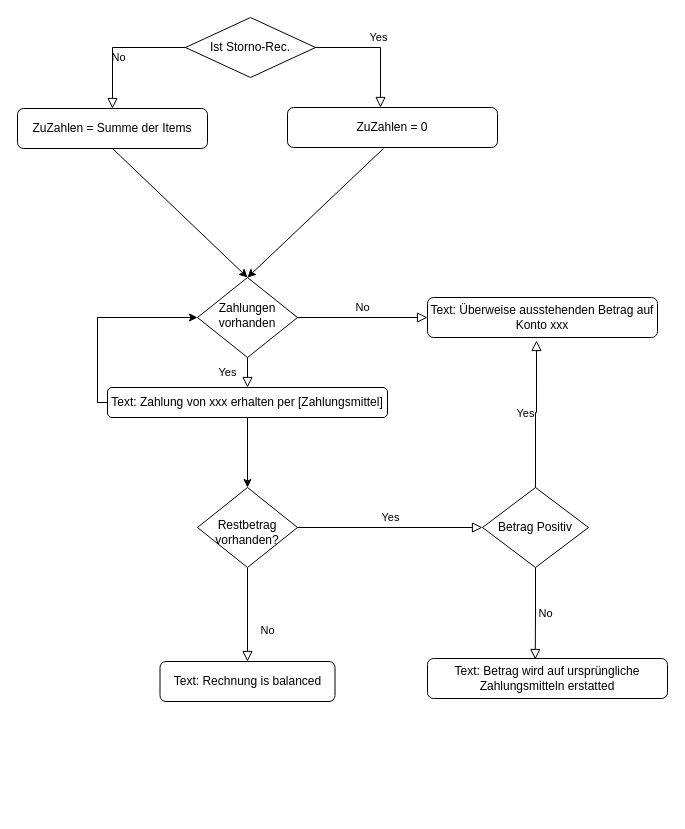
The draw.io diagram Conreg-anzeige von Zahlungen auf Rechnung.drawio in pgunold-evc/draw-io, before the edit. Source tidied: cells renumbered, new cells numbered last; positions are measured from the earlier drawing's top-left corner, leaving out a move shared by most shapes. Both pictures are drawn from the tidied source at 100%, with x=0, y=0 at pixel (17, 17).
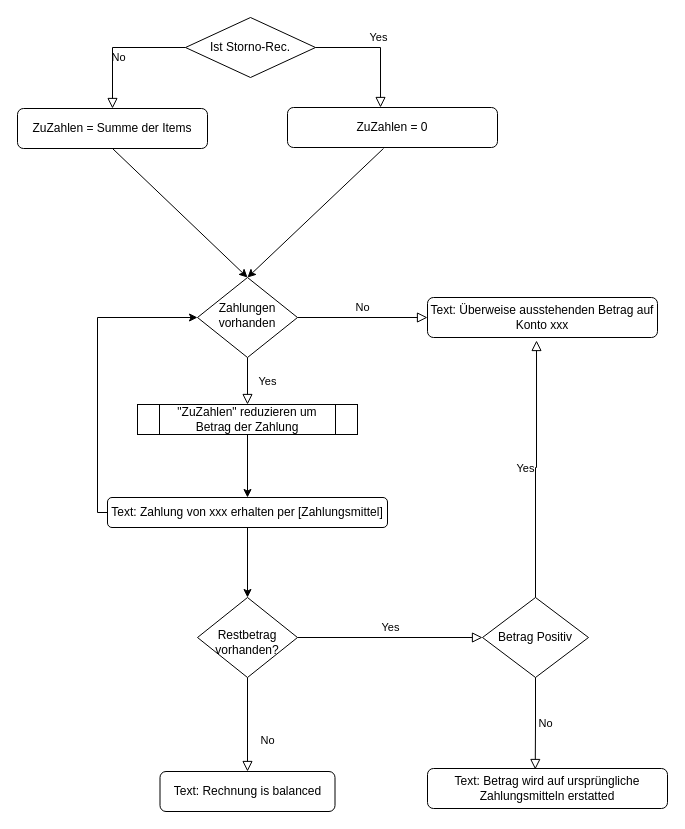
The same diagram, later.

Commit message:
Update Zahlungen auf Rechnung - Add calculation of toPay

The change refers to these unchanged cells:
```xml
<mxCell id="4" value="Zahlungen vorhanden" style="rhombus;whiteSpace=wrap;html=1;shadow=0;fontFamily=Helvetica;fontSize=12;align=center;strokeWidth=1;spacing=6;spacingTop=-4;" parent="1" vertex="1">
  <mxGeometry x="180" y="260" width="100" height="80" as="geometry" />
</mxCell>
```

Diff of the diagram source:
```diff
@@
-    <mxCell id="2" value="Yes" style="rounded=0;html=1;jettySize=auto;fontSize=11;endArrow=block;endFill=0;endSize=8;strokeWidth=1;shadow=0;labelBackgroundColor=none;edgeStyle=orthogonalEdgeStyle;entryX=0.5;entryY=0;entryDx=0;entryDy=0;" parent="1" edge="1" source="4" target="10">
+    <mxCell id="2" value="Yes" style="rounded=0;html=1;jettySize=auto;fontSize=11;endArrow=block;endFill=0;endSize=8;strokeWidth=1;shadow=0;labelBackgroundColor=none;edgeStyle=orthogonalEdgeStyle;entryX=0.5;entryY=0;entryDx=0;entryDy=0;" parent="1" edge="1" source="4" target="24">
       <mxGeometry y="20" relative="1" as="geometry" />
     </mxCell>
@@
     <mxCell id="8" value="&lt;div&gt;&lt;br&gt;&lt;/div&gt;&lt;div&gt;Restbetrag vorhanden?&lt;/div&gt;" style="rhombus;whiteSpace=wrap;html=1;shadow=0;fontFamily=Helvetica;fontSize=12;align=center;strokeWidth=1;spacing=6;spacingTop=-4;" parent="1" vertex="1">
-      <mxGeometry x="180" y="470" width="100" height="80" as="geometry" />
+      <mxGeometry x="180" y="580" width="100" height="80" as="geometry" />
     </mxCell>
     <mxCell id="9" value="Text: Rechnung is balanced" style="rounded=1;whiteSpace=wrap;html=1;fontSize=12;glass=0;strokeWidth=1;shadow=0;" parent="1" vertex="1">
-      <mxGeometry x="142.5" y="644" width="175" height="40" as="geometry" />
+      <mxGeometry x="142.5" y="754" width="175" height="40" as="geometry" />
     </mxCell>
     <mxCell id="10" value="Text: Zahlung von xxx erhalten per [Zahlungsmittel]" style="rounded=1;whiteSpace=wrap;html=1;" parent="1" vertex="1">
-      <mxGeometry x="90" y="370" width="280" height="30" as="geometry" />
+      <mxGeometry x="90" y="480" width="280" height="30" as="geometry" />
     </mxCell>
@@
     <mxCell id="13" value="Betrag Positiv" style="rhombus;whiteSpace=wrap;html=1;" parent="1" vertex="1">
-      <mxGeometry x="465" y="470" width="106" height="80" as="geometry" />
+      <mxGeometry x="465" y="580" width="106" height="80" as="geometry" />
     </mxCell>
@@
     <mxCell id="16" value="Text: Betrag wird auf ursprüngliche Zahlungsmitteln erstatted " style="rounded=1;whiteSpace=wrap;html=1;fontSize=12;glass=0;strokeWidth=1;shadow=0;" parent="1" vertex="1">
-      <mxGeometry x="410" y="641" width="240" height="40" as="geometry" />
+      <mxGeometry x="410" y="751" width="240" height="40" as="geometry" />
     </mxCell>
@@
+    <mxCell id="24" value="&quot;ZuZahlen&quot; reduzieren um Betrag der Zahlung" style="shape=process;whiteSpace=wrap;html=1;backgroundOutline=1;" parent="1" vertex="1">
+      <mxGeometry x="120" y="387" width="220" height="30" as="geometry" />
+    </mxCell>
+    <mxCell id="25" style="endArrow=classic;html=1;rounded=0;exitX=0.5;exitY=1;exitDx=0;exitDy=0;entryX=0.5;entryY=0;entryDx=0;entryDy=0;" parent="1" edge="1" source="24" target="10">
+      <mxGeometry relative="1" as="geometry" />
+    </mxCell>
```
